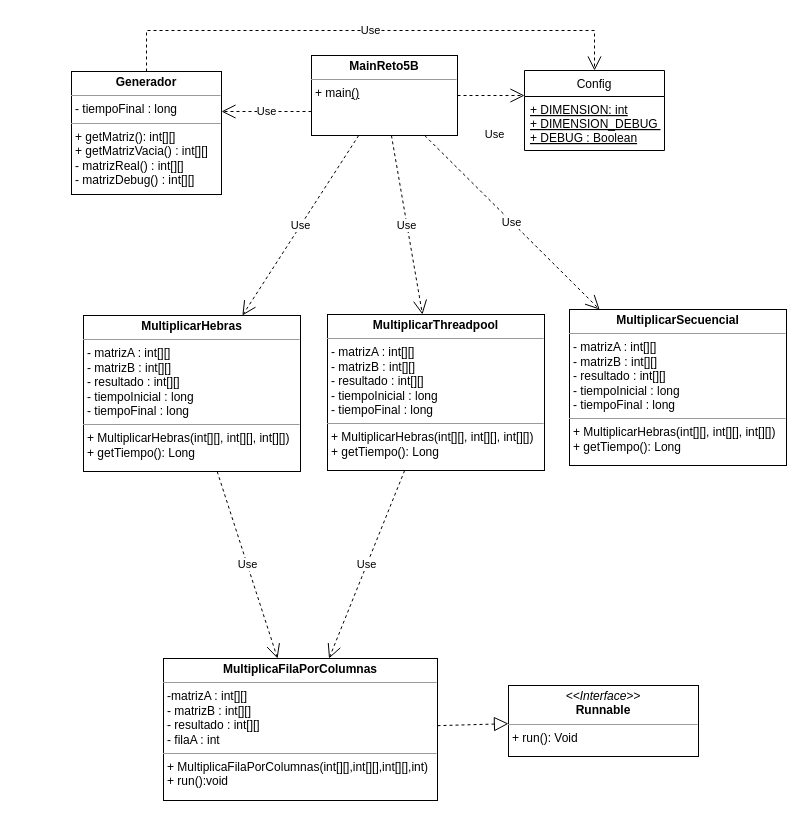
The draw.io diagram documentos/matrices.drawio in josebailoneduca/PSPRO_Reto5, before the edit. Source tidied: cells renumbered, new cells numbered last; positions are measured from the earlier drawing's top-left corner, leaving out a move shared by most shapes. Both pictures are drawn from the tidied source at 100%, with x=0, y=0 at pixel (71, 30).
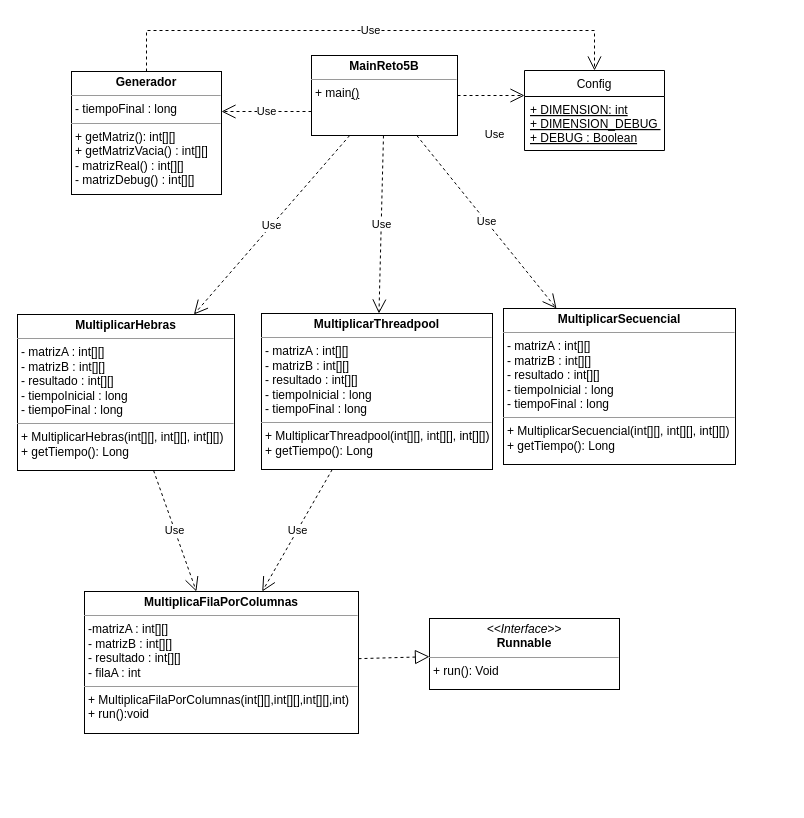
The same page after the edit.

What changed in the source:
```diff
@@
     <mxCell id="2" value="&lt;p style=&quot;margin:0px;margin-top:4px;text-align:center;&quot;&gt;&lt;b&gt;MultiplicaFilaPorColumnas&lt;/b&gt;&lt;br&gt;&lt;/p&gt;&lt;hr size=&quot;1&quot;&gt;&lt;p style=&quot;margin:0px;margin-left:4px;&quot;&gt;&lt;span style=&quot;background-color: initial;&quot;&gt;-&lt;/span&gt;&lt;span style=&quot;background-color: initial;&quot;&gt;matrizA : int[][]&lt;/span&gt;&lt;/p&gt;&lt;p style=&quot;margin:0px;margin-left:4px;&quot;&gt;- matrizB : int[][]&lt;/p&gt;&lt;p style=&quot;margin:0px;margin-left:4px;&quot;&gt;- resultado : int[][]&lt;/p&gt;&lt;p style=&quot;margin:0px;margin-left:4px;&quot;&gt;- filaA : int&lt;/p&gt;&lt;hr size=&quot;1&quot;&gt;&lt;p style=&quot;margin:0px;margin-left:4px;&quot;&gt;+&amp;nbsp;&lt;span style=&quot;background-color: initial;&quot;&gt;MultiplicaFilaPorColumnas(int[][],int[][],int[][],int)&lt;/span&gt;&lt;/p&gt;&lt;p style=&quot;margin:0px;margin-left:4px;&quot;&gt;+ run():void&lt;/p&gt;&lt;p style=&quot;margin:0px;margin-left:4px;&quot;&gt;&lt;br&gt;&lt;/p&gt;" style="verticalAlign=top;align=left;overflow=fill;fontSize=12;fontFamily=Helvetica;html=1;" parent="1" vertex="1">
-      <mxGeometry x="92" y="628" width="274" height="142" as="geometry" />
+      <mxGeometry x="13" y="561" width="274" height="142" as="geometry" />
     </mxCell>
@@
     <mxCell id="5" value="&lt;p style=&quot;margin:0px;margin-top:4px;text-align:center;&quot;&gt;&lt;i&gt;&amp;lt;&amp;lt;Interface&amp;gt;&amp;gt;&lt;/i&gt;&lt;br&gt;&lt;b&gt;Runnable&lt;/b&gt;&lt;/p&gt;&lt;hr size=&quot;1&quot;&gt;&lt;p style=&quot;margin:0px;margin-left:4px;&quot;&gt;&lt;span style=&quot;background-color: initial;&quot;&gt;+ run(): Void&lt;/span&gt;&lt;br&gt;&lt;/p&gt;" style="verticalAlign=top;align=left;overflow=fill;fontSize=12;fontFamily=Helvetica;html=1;" parent="1" vertex="1">
-      <mxGeometry x="437" y="655" width="190" height="71" as="geometry" />
+      <mxGeometry x="358" y="588" width="190" height="71" as="geometry" />
     </mxCell>
@@
     <mxCell id="7" value="&lt;p style=&quot;margin:0px;margin-top:4px;text-align:center;&quot;&gt;&lt;b&gt;MultiplicarHebras&lt;/b&gt;&lt;br&gt;&lt;/p&gt;&lt;hr size=&quot;1&quot;&gt;&lt;p style=&quot;margin:0px;margin-left:4px;&quot;&gt;&lt;span style=&quot;background-color: initial;&quot;&gt;-&amp;nbsp;&lt;/span&gt;&lt;span style=&quot;background-color: initial;&quot;&gt;matrizA : int[][]&lt;/span&gt;&lt;br&gt;&lt;/p&gt;&lt;p style=&quot;margin:0px;margin-left:4px;&quot;&gt;- matrizB : int[][]&lt;/p&gt;&lt;p style=&quot;margin:0px;margin-left:4px;&quot;&gt;- resultado : int[][]&lt;/p&gt;&lt;p style=&quot;margin:0px;margin-left:4px;&quot;&gt;- tiempoInicial : long&lt;/p&gt;&lt;p style=&quot;margin:0px;margin-left:4px;&quot;&gt;- tiempoFinal : long&lt;/p&gt;&lt;hr size=&quot;1&quot;&gt;&lt;p style=&quot;margin:0px;margin-left:4px;&quot;&gt;+&amp;nbsp;&lt;span style=&quot;background-color: initial;&quot;&gt;MultiplicarHebras(int[][], int[][], int[][])&lt;/span&gt;&lt;/p&gt;&lt;p style=&quot;margin:0px;margin-left:4px;&quot;&gt;+ getTiempo(): Long&lt;/p&gt;" style="verticalAlign=top;align=left;overflow=fill;fontSize=12;fontFamily=Helvetica;html=1;" parent="1" vertex="1">
-      <mxGeometry x="12" y="285" width="217" height="156" as="geometry" />
+      <mxGeometry x="-54" y="284" width="217" height="156" as="geometry" />
     </mxCell>
@@
-    <mxCell id="14" value="&lt;p style=&quot;margin:0px;margin-top:4px;text-align:center;&quot;&gt;&lt;b&gt;MultiplicarThreadpool&lt;/b&gt;&lt;br&gt;&lt;/p&gt;&lt;hr size=&quot;1&quot;&gt;&lt;p style=&quot;margin:0px;margin-left:4px;&quot;&gt;&lt;span style=&quot;background-color: initial;&quot;&gt;-&amp;nbsp;&lt;/span&gt;&lt;span style=&quot;background-color: initial;&quot;&gt;matrizA : int[][]&lt;/span&gt;&lt;br&gt;&lt;/p&gt;&lt;p style=&quot;margin:0px;margin-left:4px;&quot;&gt;- matrizB : int[][]&lt;/p&gt;&lt;p style=&quot;margin:0px;margin-left:4px;&quot;&gt;- resultado : int[][]&lt;/p&gt;&lt;p style=&quot;margin:0px;margin-left:4px;&quot;&gt;- tiempoInicial : long&lt;/p&gt;&lt;p style=&quot;margin:0px;margin-left:4px;&quot;&gt;- tiempoFinal : long&lt;/p&gt;&lt;hr size=&quot;1&quot;&gt;&lt;p style=&quot;margin:0px;margin-left:4px;&quot;&gt;+&amp;nbsp;&lt;span style=&quot;background-color: initial;&quot;&gt;MultiplicarHebras(int[][], int[][], int[][])&lt;/span&gt;&lt;/p&gt;&lt;p style=&quot;margin:0px;margin-left:4px;&quot;&gt;+ getTiempo(): Long&lt;/p&gt;" style="verticalAlign=top;align=left;overflow=fill;fontSize=12;fontFamily=Helvetica;html=1;" parent="1" vertex="1">
-      <mxGeometry x="256" y="284" width="217" height="156" as="geometry" />
+    <mxCell id="14" value="&lt;p style=&quot;margin:0px;margin-top:4px;text-align:center;&quot;&gt;&lt;b&gt;MultiplicarThreadpool&lt;/b&gt;&lt;br&gt;&lt;/p&gt;&lt;hr size=&quot;1&quot;&gt;&lt;p style=&quot;margin:0px;margin-left:4px;&quot;&gt;&lt;span style=&quot;background-color: initial;&quot;&gt;-&amp;nbsp;&lt;/span&gt;&lt;span style=&quot;background-color: initial;&quot;&gt;matrizA : int[][]&lt;/span&gt;&lt;br&gt;&lt;/p&gt;&lt;p style=&quot;margin:0px;margin-left:4px;&quot;&gt;- matrizB : int[][]&lt;/p&gt;&lt;p style=&quot;margin:0px;margin-left:4px;&quot;&gt;- resultado : int[][]&lt;/p&gt;&lt;p style=&quot;margin:0px;margin-left:4px;&quot;&gt;- tiempoInicial : long&lt;/p&gt;&lt;p style=&quot;margin:0px;margin-left:4px;&quot;&gt;- tiempoFinal : long&lt;/p&gt;&lt;hr size=&quot;1&quot;&gt;&lt;p style=&quot;margin:0px;margin-left:4px;&quot;&gt;+&amp;nbsp;&lt;span style=&quot;background-color: initial;&quot;&gt;MultiplicarThreadpool(int[][], int[][], int[][])&lt;/span&gt;&lt;/p&gt;&lt;p style=&quot;margin:0px;margin-left:4px;&quot;&gt;+ getTiempo(): Long&lt;/p&gt;" style="verticalAlign=top;align=left;overflow=fill;fontSize=12;fontFamily=Helvetica;html=1;" parent="1" vertex="1">
+      <mxGeometry x="190" y="283" width="231" height="156" as="geometry" />
     </mxCell>
@@
-    <mxCell id="16" value="&lt;p style=&quot;margin:0px;margin-top:4px;text-align:center;&quot;&gt;&lt;b&gt;MultiplicarSecuencial&lt;/b&gt;&lt;br&gt;&lt;/p&gt;&lt;hr size=&quot;1&quot;&gt;&lt;p style=&quot;margin:0px;margin-left:4px;&quot;&gt;&lt;span style=&quot;background-color: initial;&quot;&gt;-&amp;nbsp;&lt;/span&gt;&lt;span style=&quot;background-color: initial;&quot;&gt;matrizA : int[][]&lt;/span&gt;&lt;br&gt;&lt;/p&gt;&lt;p style=&quot;margin:0px;margin-left:4px;&quot;&gt;- matrizB : int[][]&lt;/p&gt;&lt;p style=&quot;margin:0px;margin-left:4px;&quot;&gt;- resultado : int[][]&lt;/p&gt;&lt;p style=&quot;margin:0px;margin-left:4px;&quot;&gt;- tiempoInicial : long&lt;/p&gt;&lt;p style=&quot;margin:0px;margin-left:4px;&quot;&gt;- tiempoFinal : long&lt;/p&gt;&lt;hr size=&quot;1&quot;&gt;&lt;p style=&quot;margin:0px;margin-left:4px;&quot;&gt;+&amp;nbsp;&lt;span style=&quot;background-color: initial;&quot;&gt;MultiplicarHebras(int[][], int[][], int[][])&lt;/span&gt;&lt;/p&gt;&lt;p style=&quot;margin:0px;margin-left:4px;&quot;&gt;+ getTiempo(): Long&lt;/p&gt;" style="verticalAlign=top;align=left;overflow=fill;fontSize=12;fontFamily=Helvetica;html=1;" parent="1" vertex="1">
-      <mxGeometry x="498" y="279" width="217" height="156" as="geometry" />
+    <mxCell id="16" value="&lt;p style=&quot;margin:0px;margin-top:4px;text-align:center;&quot;&gt;&lt;b&gt;MultiplicarSecuencial&lt;/b&gt;&lt;br&gt;&lt;/p&gt;&lt;hr size=&quot;1&quot;&gt;&lt;p style=&quot;margin:0px;margin-left:4px;&quot;&gt;&lt;span style=&quot;background-color: initial;&quot;&gt;-&amp;nbsp;&lt;/span&gt;&lt;span style=&quot;background-color: initial;&quot;&gt;matrizA : int[][]&lt;/span&gt;&lt;br&gt;&lt;/p&gt;&lt;p style=&quot;margin:0px;margin-left:4px;&quot;&gt;- matrizB : int[][]&lt;/p&gt;&lt;p style=&quot;margin:0px;margin-left:4px;&quot;&gt;- resultado : int[][]&lt;/p&gt;&lt;p style=&quot;margin:0px;margin-left:4px;&quot;&gt;- tiempoInicial : long&lt;/p&gt;&lt;p style=&quot;margin:0px;margin-left:4px;&quot;&gt;- tiempoFinal : long&lt;/p&gt;&lt;hr size=&quot;1&quot;&gt;&lt;p style=&quot;margin:0px;margin-left:4px;&quot;&gt;+&amp;nbsp;&lt;span style=&quot;background-color: initial;&quot;&gt;MultiplicarSecuencial(int[][], int[][], int[][])&lt;/span&gt;&lt;/p&gt;&lt;p style=&quot;margin:0px;margin-left:4px;&quot;&gt;+ getTiempo(): Long&lt;/p&gt;" style="verticalAlign=top;align=left;overflow=fill;fontSize=12;fontFamily=Helvetica;html=1;" parent="1" vertex="1">
+      <mxGeometry x="432" y="278" width="232" height="156" as="geometry" />
     </mxCell>
```
